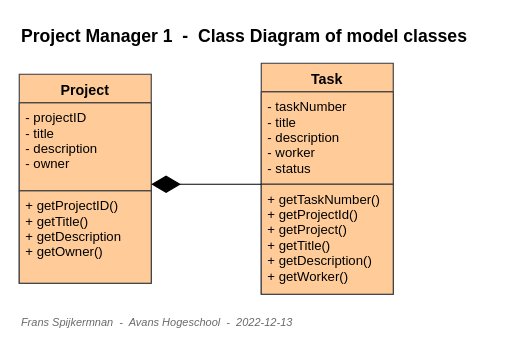
spijkerbak/project-manager-1 keeps this draw.io diagram as doc/Class_Diagram_Model.drawio. Above is the earlier version. Source tidied: cells renumbered, new cells numbered last; positions are measured from the earlier drawing's top-left corner, leaving out a move shared by most shapes. Both pictures are drawn from the tidied source at 110%, with x=0, y=0 at pixel (19, 19).
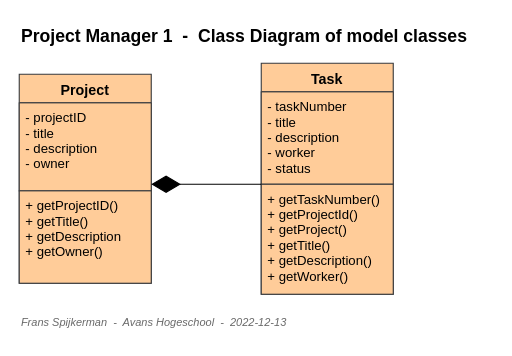
Above is the later version.

The edit, as a diff of the source:
```diff
@@
 <mxGraphModel>
   <root>
     <mxCell id="0" />
     <mxCell id="1" parent="0" />
     <mxCell id="2" value="Project" style="swimlane;fontStyle=1;align=center;verticalAlign=top;horizontal=1;startSize=26;rounded=0;shadow=0;strokeWidth=1;fillColor=#ffcc99;strokeColor=#36393d;fontSize=13;" parent="1" vertex="1">
       <mxGeometry y="50" width="120" height="190" as="geometry" />
     </mxCell>
     <mxCell id="3" value="- projectID&#10;- title&#10;- description&#10;- owner" style="text;align=left;verticalAlign=top;spacingLeft=4;spacingRight=4;overflow=hidden;fillColor=#ffcc99;strokeColor=#36393d;strokeWidth=1;" parent="2" vertex="1">
       <mxGeometry y="26" width="120" height="80" as="geometry" />
     </mxCell>
     <mxCell id="4" value="+ getProjectID()&#10;+ getTitle()&#10;+ getDescription&#10;+ getOwner()&#10;" style="text;align=left;verticalAlign=top;spacingLeft=4;spacingRight=4;overflow=hidden;fillColor=#ffcc99;strokeColor=#36393d;strokeWidth=1;" parent="2" vertex="1">
       <mxGeometry y="106" width="120" height="84" as="geometry" />
     </mxCell>
     <mxCell id="5" value="Task" style="swimlane;fontStyle=1;align=center;verticalAlign=top;horizontal=1;startSize=26;rounded=0;shadow=0;strokeWidth=1;fillColor=#ffcc99;strokeColor=#36393d;fontSize=13;" parent="1" vertex="1">
       <mxGeometry x="220" y="40" width="120" height="210" as="geometry" />
     </mxCell>
     <mxCell id="6" value="- taskNumber&#10;- title&#10;- description&#10;- worker&#10;- status" style="text;align=left;verticalAlign=top;spacingLeft=4;spacingRight=4;overflow=hidden;fillColor=#ffcc99;strokeColor=#36393d;strokeWidth=1;" parent="5" vertex="1">
       <mxGeometry y="26" width="120" height="84" as="geometry" />
     </mxCell>
     <mxCell id="7" value="+ getTaskNumber()&#10;+ getProjectId()&#10;+ getProject()&#10;+ getTitle()&#10;+ getDescription()&#10;+ getWorker()&#10;" style="text;align=left;verticalAlign=top;spacingLeft=4;spacingRight=4;overflow=hidden;fillColor=#ffcc99;strokeColor=#36393d;strokeWidth=1;" parent="5" vertex="1">
       <mxGeometry y="110" width="120" height="100" as="geometry" />
     </mxCell>
     <mxCell id="8" style="endArrow=diamondThin;endFill=1;endSize=24;html=1;rounded=0;strokeWidth=1;fontSize=13;" parent="1" edge="1">
       <mxGeometry relative="1" as="geometry">
         <mxPoint x="220" y="150" as="sourcePoint" />
         <mxPoint x="120" y="150" as="targetPoint" />
       </mxGeometry>
     </mxCell>
     <mxCell id="9" value="Project Manager 1&amp;nbsp; -&amp;nbsp; Class Diagram of model classes" style="text;html=1;align=left;verticalAlign=middle;strokeColor=none;fillColor=none;fontSize=16;fontStyle=1;" parent="1" vertex="1">
       <mxGeometry width="430" height="30" as="geometry" />
     </mxCell>
-    <mxCell id="10" value="Frans Spijkermnan&amp;nbsp; -&amp;nbsp; Avans Hogeschool&amp;nbsp; -&amp;nbsp; 2022-12-13" style="text;html=1;align=left;verticalAlign=middle;fontSize=10;fontStyle=2;labelBackgroundColor=none;fontColor=#696969;" parent="1" vertex="1">
-      <mxGeometry y="260" width="270" height="30" as="geometry" />
+    <mxCell id="10" value="Frans Spijkerman&amp;nbsp; -&amp;nbsp; Avans Hogeschool&amp;nbsp; -&amp;nbsp; 2022-12-13" style="text;html=1;align=left;verticalAlign=middle;fontSize=10;fontStyle=2;labelBackgroundColor=none;fontColor=#696969;" parent="1" vertex="1">
+      <mxGeometry y="260" width="260" height="30" as="geometry" />
     </mxCell>
   </root>
 </mxGraphModel>
```
